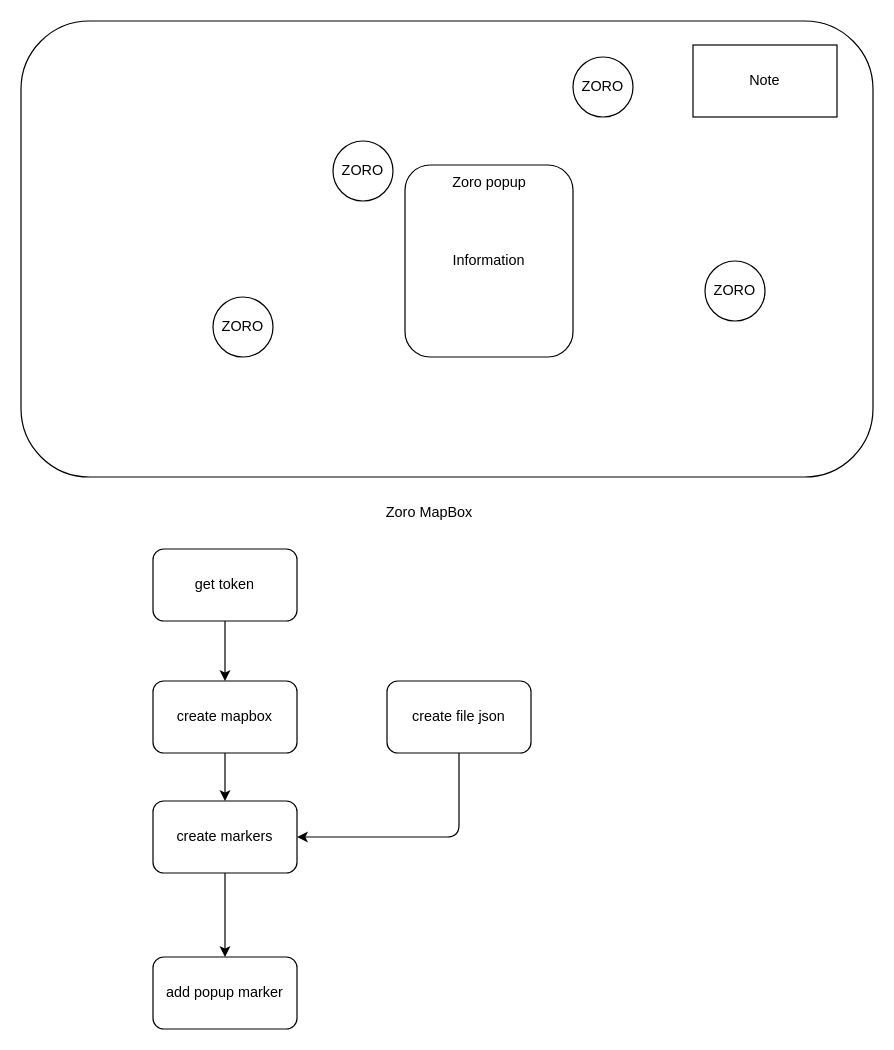
Above: steps.drawio in BinhNguyen3790/zoro-mapbox (draw.io), before the change. Source tidied: cells renumbered, new cells numbered last; positions are measured from the earlier drawing's top-left corner, leaving out a move shared by most shapes. Both pictures are drawn from the tidied source at 120%, with x=0, y=0 at pixel (20, 20).
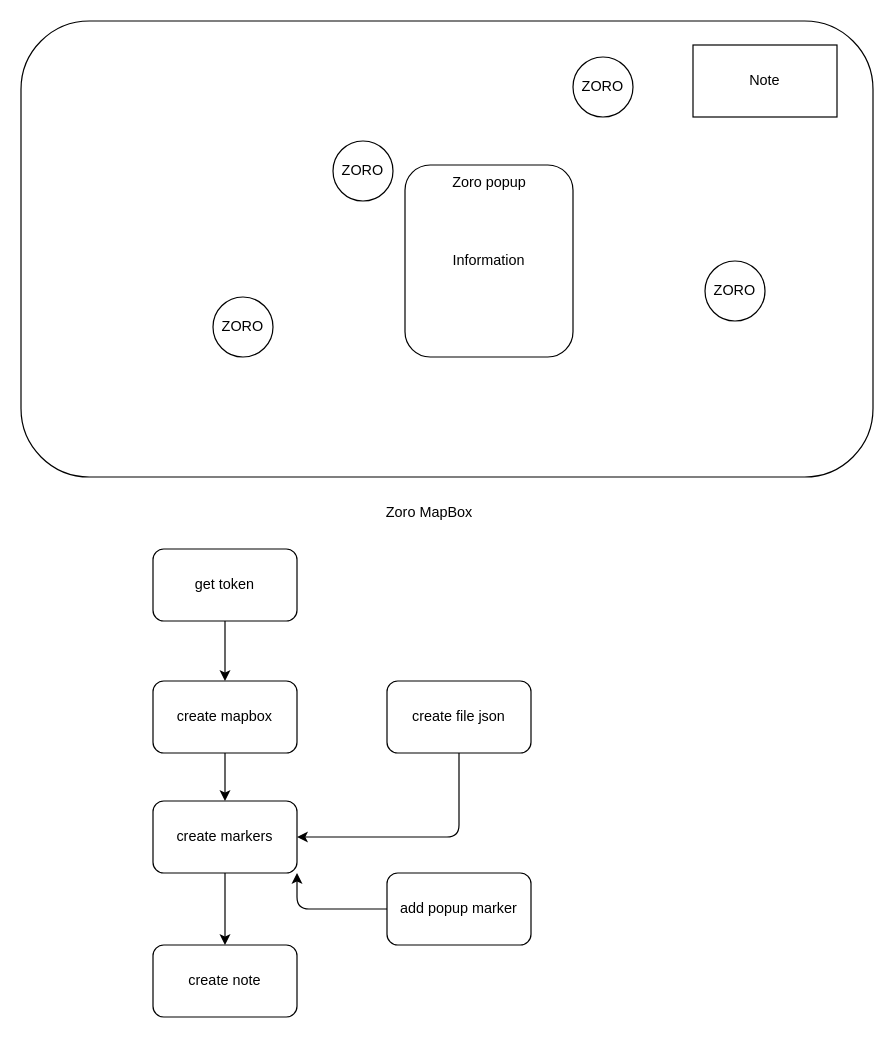
The same diagram, later.

Unchanged cells that the change refers to:
```xml
<mxCell id="16" value="create markers" style="rounded=1;whiteSpace=wrap;html=1;" parent="1" vertex="1">
  <mxGeometry x="110" y="650" width="120" height="60" as="geometry" />
</mxCell>
```

Change to the diagram source:
```diff
@@
     <mxCell id="18" value="add popup marker" style="rounded=1;whiteSpace=wrap;html=1;" parent="1" vertex="1">
-      <mxGeometry x="110" y="780" width="120" height="60" as="geometry" />
+      <mxGeometry x="305" y="710" width="120" height="60" as="geometry" />
     </mxCell>
-    <mxCell id="19" style="edgeStyle=none;jettySize=auto;html=1;entryX=0.5;entryY=0;entryDx=0;entryDy=0;exitX=0.5;exitY=1;exitDx=0;exitDy=0;" parent="1" edge="1" source="16" target="18">
-      <mxGeometry relative="1" as="geometry" />
+    <mxCell id="19" style="edgeStyle=none;jettySize=auto;html=1;exitX=0;exitY=0.5;exitDx=0;exitDy=0;entryX=1;entryY=1;entryDx=0;entryDy=0;" parent="1" edge="1" source="18" target="16">
+      <mxGeometry relative="1" as="geometry">
+        <Array as="points">
+          <mxPoint x="230" y="740" />
+        </Array>
+      </mxGeometry>
     </mxCell>
+    <mxCell id="20" value="create note" style="rounded=1;whiteSpace=wrap;html=1;" parent="1" vertex="1">
+      <mxGeometry x="110" y="770" width="120" height="60" as="geometry" />
+    </mxCell>
+    <mxCell id="21" style="edgeStyle=none;jettySize=auto;html=1;entryX=0.5;entryY=0;entryDx=0;entryDy=0;" parent="1" edge="1" source="16" target="20">
+      <mxGeometry relative="1" as="geometry" />
+    </mxCell>
```
